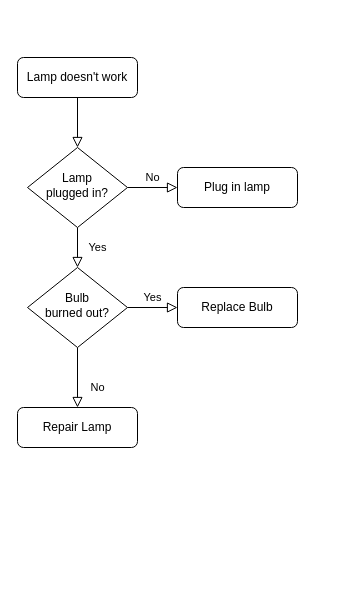
The draw.io diagram Untitled Diagram.drawio in ztmwtm/TestRepo, before the edit. Source tidied: cells renumbered, new cells numbered last; positions are measured from the earlier drawing's top-left corner, leaving out a move shared by most shapes. Both pictures are drawn from the tidied source at 100%, with x=0, y=0 at pixel (17, 57).
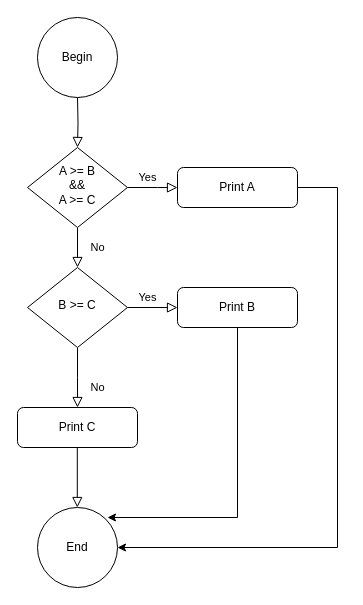
The same diagram, later.

What changed in the source:
```diff
@@
-    <mxCell id="2" style="rounded=0;html=1;jettySize=auto;fontSize=11;endArrow=block;endFill=0;endSize=8;strokeWidth=1;shadow=0;labelBackgroundColor=none;edgeStyle=orthogonalEdgeStyle;" parent="1" edge="1" source="3" target="6">
-      <mxGeometry relative="1" as="geometry" />
+    <mxCell id="2" style="rounded=0;html=1;jettySize=auto;fontSize=11;endArrow=block;endFill=0;endSize=8;strokeWidth=1;shadow=0;labelBackgroundColor=none;edgeStyle=orthogonalEdgeStyle;" parent="1" edge="1" target="6">
+      <mxGeometry relative="1" as="geometry">
+        <mxPoint x="60" y="40" as="sourcePoint" />
+      </mxGeometry>
     </mxCell>
-    <mxCell id="3" value="Lamp doesn't work" style="rounded=1;whiteSpace=wrap;html=1;fontSize=12;glass=0;strokeWidth=1;shadow=0;" parent="1" vertex="1">
-      <mxGeometry width="120" height="40" as="geometry" />
-    </mxCell>
-    <mxCell id="4" value="Yes" style="rounded=0;html=1;jettySize=auto;fontSize=11;endArrow=block;endFill=0;endSize=8;strokeWidth=1;shadow=0;labelBackgroundColor=none;edgeStyle=orthogonalEdgeStyle;" parent="1" edge="1" source="6" target="10">
+    <mxCell id="4" value="No" style="rounded=0;html=1;jettySize=auto;fontSize=11;endArrow=block;endFill=0;endSize=8;strokeWidth=1;shadow=0;labelBackgroundColor=none;edgeStyle=orthogonalEdgeStyle;" parent="1" edge="1" source="6" target="10">
       <mxGeometry y="20" relative="1" as="geometry" />
     </mxCell>
-    <mxCell id="5" value="No" style="edgeStyle=orthogonalEdgeStyle;rounded=0;html=1;jettySize=auto;fontSize=11;endArrow=block;endFill=0;endSize=8;strokeWidth=1;shadow=0;labelBackgroundColor=none;" parent="1" edge="1" source="6" target="7">
-      <mxGeometry y="10" relative="1" as="geometry" />
+    <mxCell id="5" value="Yes" style="edgeStyle=orthogonalEdgeStyle;rounded=0;html=1;jettySize=auto;fontSize=11;endArrow=block;endFill=0;endSize=8;strokeWidth=1;shadow=0;labelBackgroundColor=none;" parent="1" edge="1" source="6" target="7">
+      <mxGeometry x="-0.2" y="10" relative="1" as="geometry">
+        <Array as="points">
+          <mxPoint x="140" y="130" />
+          <mxPoint x="140" y="130" />
+        </Array>
+      </mxGeometry>
     </mxCell>
-    <mxCell id="6" value="Lamp&lt;br&gt;plugged in?" style="rhombus;whiteSpace=wrap;html=1;shadow=0;fontFamily=Helvetica;fontSize=12;align=center;strokeWidth=1;spacing=6;spacingTop=-4;" parent="1" vertex="1">
+    <mxCell id="6" value="A &amp;gt;= B&lt;br&gt;&amp;amp;&amp;amp;&lt;br&gt;A &amp;gt;= C" style="rhombus;whiteSpace=wrap;html=1;shadow=0;fontFamily=Helvetica;fontSize=12;align=center;strokeWidth=1;spacing=6;spacingTop=-4;" parent="1" vertex="1">
       <mxGeometry x="10" y="90" width="100" height="80" as="geometry" />
     </mxCell>
-    <mxCell id="7" value="Plug in lamp" style="rounded=1;whiteSpace=wrap;html=1;fontSize=12;glass=0;strokeWidth=1;shadow=0;" parent="1" vertex="1">
+    <mxCell id="7" value="Print A" style="rounded=1;whiteSpace=wrap;html=1;fontSize=12;glass=0;strokeWidth=1;shadow=0;" parent="1" vertex="1">
       <mxGeometry x="160" y="110" width="120" height="40" as="geometry" />
     </mxCell>
-    <mxCell id="8" value="No" style="rounded=0;html=1;jettySize=auto;fontSize=11;endArrow=block;endFill=0;endSize=8;strokeWidth=1;shadow=0;labelBackgroundColor=none;edgeStyle=orthogonalEdgeStyle;" parent="1" edge="1" source="10" target="11">
-      <mxGeometry x="0.33" y="20" relative="1" as="geometry" />
+    <mxCell id="8" value="No" style="rounded=0;html=1;jettySize=auto;fontSize=11;endArrow=block;endFill=0;endSize=8;strokeWidth=1;shadow=0;labelBackgroundColor=none;edgeStyle=orthogonalEdgeStyle;" parent="1" edge="1" source="10">
+      <mxGeometry x="0.33" y="20" relative="1" as="geometry">
+        <mxPoint x="60" y="350" as="targetPoint" />
+      </mxGeometry>
     </mxCell>
     <mxCell id="9" value="Yes" style="edgeStyle=orthogonalEdgeStyle;rounded=0;html=1;jettySize=auto;fontSize=11;endArrow=block;endFill=0;endSize=8;strokeWidth=1;shadow=0;labelBackgroundColor=none;" parent="1" edge="1" source="10" target="12">
-      <mxGeometry y="10" relative="1" as="geometry" />
+      <mxGeometry x="-0.2" y="10" relative="1" as="geometry" />
     </mxCell>
-    <mxCell id="10" value="Bulb&lt;br&gt;burned out?" style="rhombus;whiteSpace=wrap;html=1;shadow=0;fontFamily=Helvetica;fontSize=12;align=center;strokeWidth=1;spacing=6;spacingTop=-4;" parent="1" vertex="1">
+    <mxCell id="10" value="B &amp;gt;= C" style="rhombus;whiteSpace=wrap;html=1;shadow=0;fontFamily=Helvetica;fontSize=12;align=center;strokeWidth=1;spacing=6;spacingTop=-4;" parent="1" vertex="1">
       <mxGeometry x="10" y="210" width="100" height="80" as="geometry" />
     </mxCell>
-    <mxCell id="11" value="Repair Lamp" style="rounded=1;whiteSpace=wrap;html=1;fontSize=12;glass=0;strokeWidth=1;shadow=0;" parent="1" vertex="1">
-      <mxGeometry y="350" width="120" height="40" as="geometry" />
-    </mxCell>
-    <mxCell id="12" value="Replace Bulb" style="rounded=1;whiteSpace=wrap;html=1;fontSize=12;glass=0;strokeWidth=1;shadow=0;" parent="1" vertex="1">
+    <mxCell id="12" value="Print B" style="rounded=1;whiteSpace=wrap;html=1;fontSize=12;glass=0;strokeWidth=1;shadow=0;" parent="1" vertex="1">
       <mxGeometry x="160" y="230" width="120" height="40" as="geometry" />
     </mxCell>
+    <mxCell id="13" value="Begin" style="ellipse;whiteSpace=wrap;html=1;" parent="1" vertex="1">
+      <mxGeometry x="20" y="-40" width="80" height="80" as="geometry" />
+    </mxCell>
+    <mxCell id="14" value="End" style="ellipse;whiteSpace=wrap;html=1;" parent="1" vertex="1">
+      <mxGeometry x="20" y="450" width="80" height="80" as="geometry" />
+    </mxCell>
+    <mxCell id="15" value="Print C" style="rounded=1;whiteSpace=wrap;html=1;fontSize=12;glass=0;strokeWidth=1;shadow=0;" parent="1" vertex="1">
+      <mxGeometry y="350" width="120" height="40" as="geometry" />
+    </mxCell>
+    <mxCell id="16" style="rounded=0;html=1;jettySize=auto;orthogonalLoop=1;fontSize=11;endArrow=block;endFill=0;endSize=8;strokeWidth=1;shadow=0;labelBackgroundColor=none;edgeStyle=orthogonalEdgeStyle;" parent="1" edge="1">
+      <mxGeometry x="0.33" y="20" relative="1" as="geometry">
+        <mxPoint x="59.8" y="390" as="sourcePoint" />
+        <mxPoint x="59.8" y="450" as="targetPoint" />
+      </mxGeometry>
+    </mxCell>
+    <mxCell id="17" style="endArrow=classic;html=1;rounded=0;exitX=1;exitY=0.5;exitDx=0;exitDy=0;entryX=1;entryY=0.5;entryDx=0;entryDy=0;" parent="1" edge="1" source="7" target="14">
+      <mxGeometry relative="1" as="geometry">
+        <Array as="points">
+          <mxPoint x="320" y="130" />
+          <mxPoint x="320" y="490" />
+        </Array>
+      </mxGeometry>
+    </mxCell>
+    <mxCell id="18" style="endArrow=classic;html=1;rounded=0;exitX=0.5;exitY=1;exitDx=0;exitDy=0;" parent="1" edge="1" source="12">
+      <mxGeometry relative="1" as="geometry">
+        <mxPoint x="90" y="460" as="targetPoint" />
+        <Array as="points">
+          <mxPoint x="220" y="460" />
+        </Array>
+      </mxGeometry>
+    </mxCell>
```
